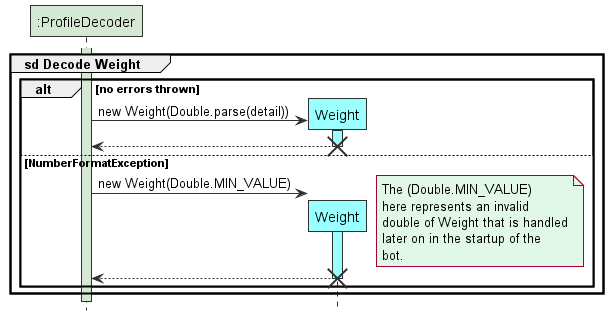
The PlantUML diagram docs/images/DecodeWeight.png in tryyang2001/tp, before a commit. Source of this version:
```plantuml
@startuml

!include style.puml
hide footbox

group sd Decode Weight
participant ":ProfileDecoder" As ProfileDecoder STORAGE_COLOUR
participant Weight DATA_COLOUR

activate ProfileDecoder STORAGE_COLOUR
alt no errors thrown
ProfileDecoder -> Weight ** DATA_COLOUR: new Weight(Double.parse(detail))
activate Weight DATA_COLOUR
    Weight --> ProfileDecoder
deactivate
destroy Weight
else NumberFormatException
ProfileDecoder -> Weight ** DATA_COLOUR: new Weight(Double.MIN_VALUE)
note right STORAGE_FADED_COLOUR: The (Double.MIN_VALUE) \nhere represents an invalid\ndouble of Weight that is handled\nlater on in the startup of the \nbot.

activate Weight DATA_COLOUR
    Weight --> ProfileDecoder
deactivate
destroy Weight

end

end
@enduml
```
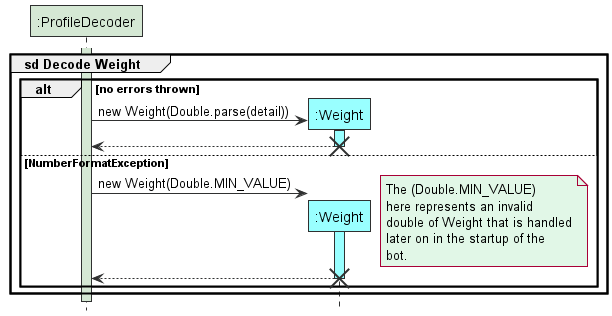
After the change.

Diff of the diagram source:
```diff
@@ -5,7 +5,7 @@
 
 group sd Decode Weight
 participant ":ProfileDecoder" As ProfileDecoder STORAGE_COLOUR
-participant Weight DATA_COLOUR
+participant ":Weight" As Weight DATA_COLOUR
 
 activate ProfileDecoder STORAGE_COLOUR
 alt no errors thrown
```
